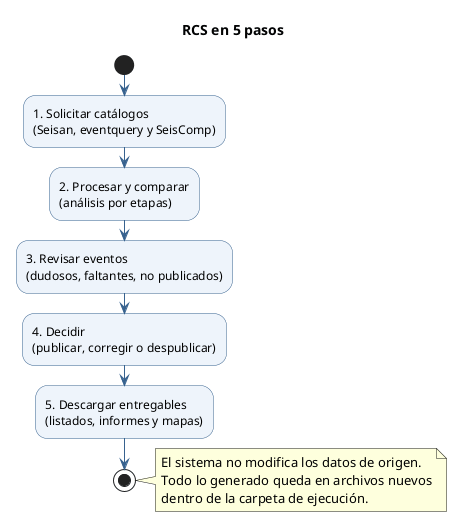
The PlantUML diagram docs/proyecto/img/10_flujo_general.png in HARZUNAB/revisacatalogos, before a commit.
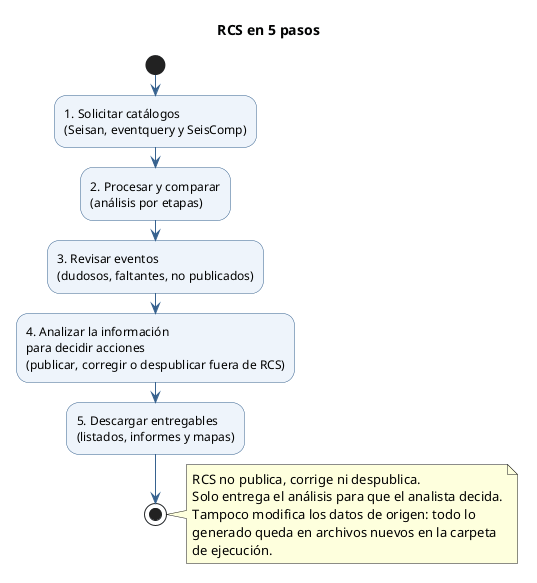
Above is the later version.

Commit message:
docs: aclarar que RCS no ejecuta acciones de publicacion

The edit, as a diff of the source:
```diff
@@ -14,15 +14,18 @@
 (análisis por etapas);
 :3. Revisar eventos
 (dudosos, faltantes, no publicados);
-:4. Decidir
-(publicar, corregir o despublicar);
+:4. Analizar la información
+para decidir acciones
+(publicar, corregir o despublicar fuera de RCS);
 :5. Descargar entregables
 (listados, informes y mapas);
 stop
 
 note right
-  El sistema no modifica los datos de origen.
-  Todo lo generado queda en archivos nuevos
-  dentro de la carpeta de ejecución.
+  RCS no publica, corrige ni despublica.
+  Solo entrega el análisis para que el analista decida.
+  Tampoco modifica los datos de origen: todo lo
+  generado queda en archivos nuevos en la carpeta
+  de ejecución.
 end note
 @enduml
```
